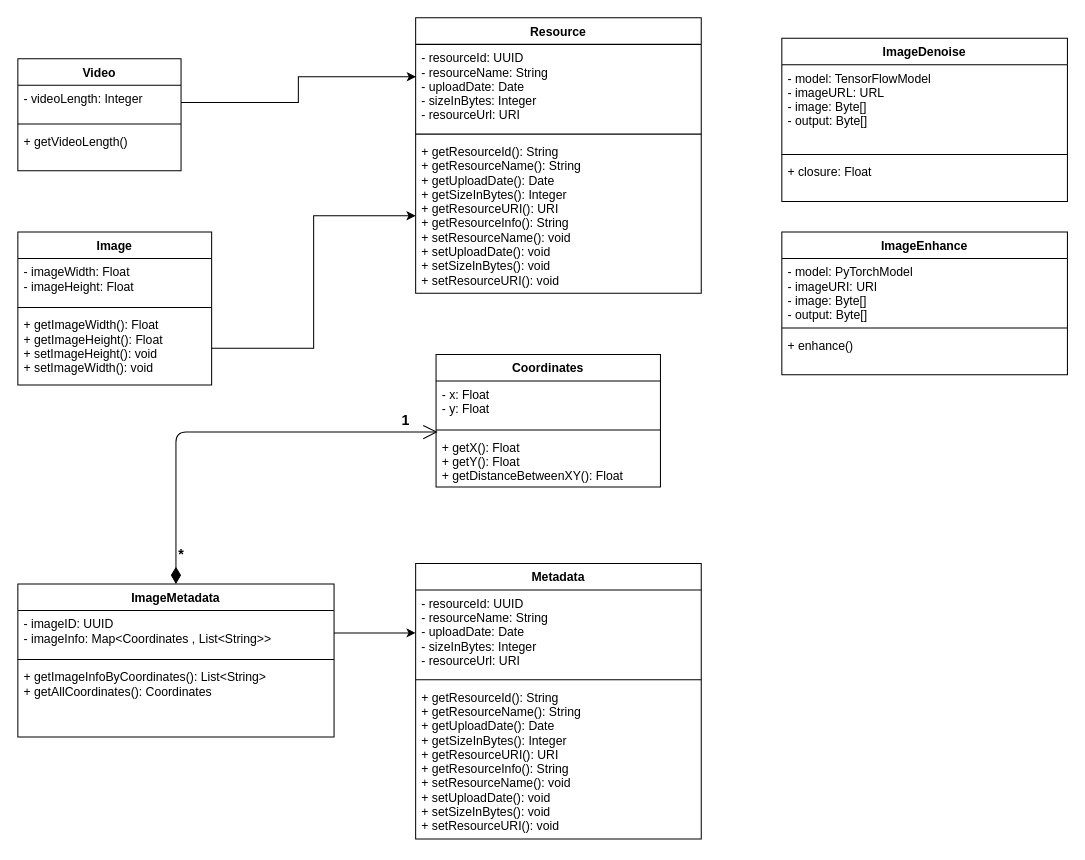
The draw.io diagram Models/drawing/ClassDiagram.drawio in MrMoon/Vision, before the edit. Source tidied: cells renumbered, new cells numbered last; positions are measured from the earlier drawing's top-left corner, leaving out a move shared by most shapes. Both pictures are drawn from the tidied source at 102%, with x=0, y=0 at pixel (17, 17).
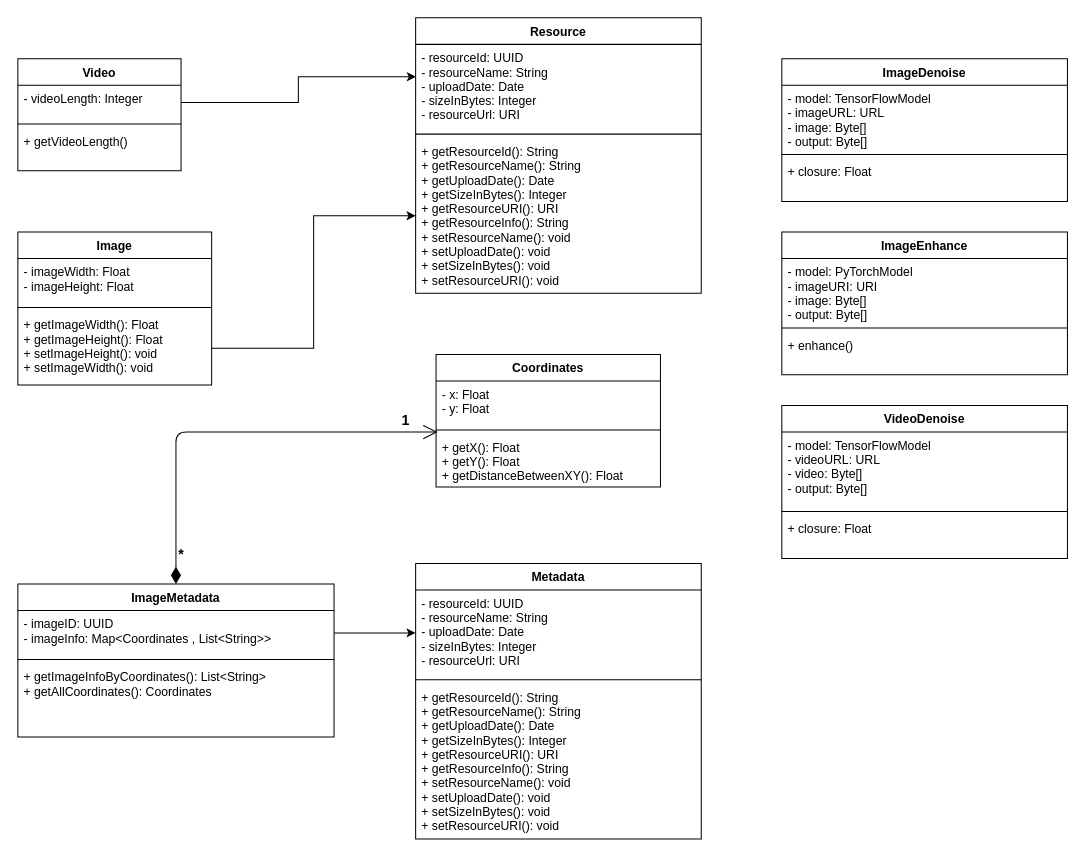
The same diagram, later.

Commit message:
add video denoise

Diff of the diagram source:
```diff
@@
     <mxCell id="32" value="ImageDenoise" style="swimlane;fontStyle=1;align=center;verticalAlign=top;horizontal=1;startSize=26;" parent="1" vertex="1">
-      <mxGeometry x="749" y="20" width="280" height="160" as="geometry" />
+      <mxGeometry x="749" y="40" width="280" height="140" as="geometry" />
     </mxCell>
     <mxCell id="33" value="- model: TensorFlowModel&#10;- imageURL: URL&#10;- image: Byte[]&#10;- output: Byte[]" style="text;strokeColor=none;fillColor=none;align=left;verticalAlign=top;spacingLeft=4;spacingRight=4;overflow=hidden;" parent="32" vertex="1">
-      <mxGeometry y="26" width="280" height="84" as="geometry" />
+      <mxGeometry y="26" width="280" height="64" as="geometry" />
     </mxCell>
     <mxCell id="34" style="line;strokeWidth=1;fillColor=none;align=left;verticalAlign=middle;spacingTop=-1;spacingLeft=3;spacingRight=3;labelPosition=right;" parent="32" vertex="1">
-      <mxGeometry y="110" width="280" height="8" as="geometry" />
+      <mxGeometry y="90" width="280" height="8" as="geometry" />
     </mxCell>
     <mxCell id="35" value="+ closure: Float" style="text;strokeColor=none;fillColor=none;align=left;verticalAlign=top;spacingLeft=4;spacingRight=4;overflow=hidden;" parent="32" vertex="1">
-      <mxGeometry y="118" width="280" height="42" as="geometry" />
+      <mxGeometry y="98" width="280" height="42" as="geometry" />
     </mxCell>
@@
+    <mxCell id="40" value="VideoDenoise" style="swimlane;fontStyle=1;align=center;verticalAlign=top;horizontal=1;startSize=26;" parent="1" vertex="1">
+      <mxGeometry x="749" y="380" width="280" height="150" as="geometry" />
+    </mxCell>
+    <mxCell id="41" value="- model: TensorFlowModel&#10;- videoURL: URL&#10;- video: Byte[]&#10;- output: Byte[]" style="text;strokeColor=none;fillColor=none;align=left;verticalAlign=top;spacingLeft=4;spacingRight=4;overflow=hidden;" parent="40" vertex="1">
+      <mxGeometry y="26" width="280" height="74" as="geometry" />
+    </mxCell>
+    <mxCell id="42" style="line;strokeWidth=1;fillColor=none;align=left;verticalAlign=middle;spacingTop=-1;spacingLeft=3;spacingRight=3;labelPosition=right;" parent="40" vertex="1">
+      <mxGeometry y="100" width="280" height="8" as="geometry" />
+    </mxCell>
+    <mxCell id="43" value="+ closure: Float" style="text;strokeColor=none;fillColor=none;align=left;verticalAlign=top;spacingLeft=4;spacingRight=4;overflow=hidden;" parent="40" vertex="1">
+      <mxGeometry y="108" width="280" height="42" as="geometry" />
+    </mxCell>
```
